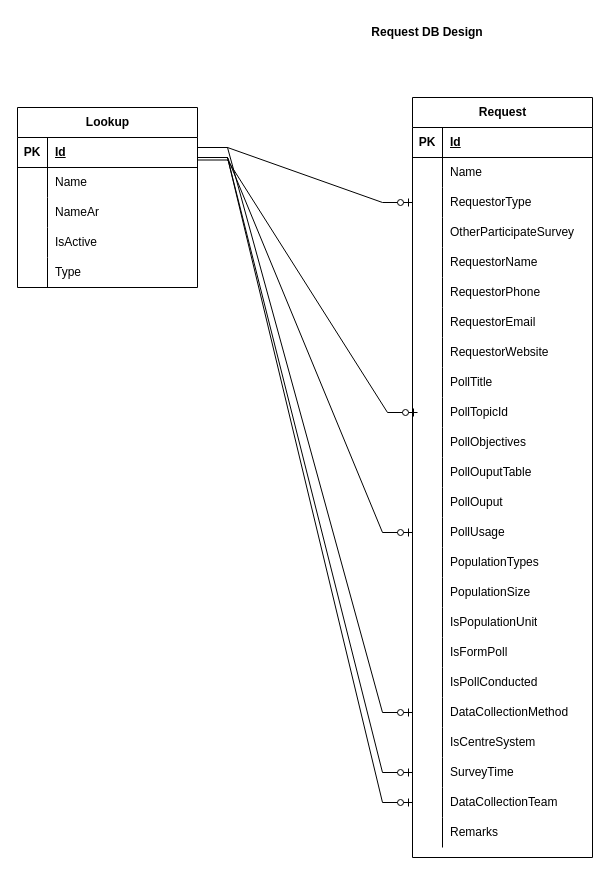
The draw.io diagram My Data.drawio in pandiancn86/mydream, before the edit. Source tidied: cells renumbered, new cells numbered last; positions are measured from the earlier drawing's top-left corner, leaving out a move shared by most shapes. Both pictures are drawn from the tidied source at 100%, with x=0, y=0 at pixel (17, 17).
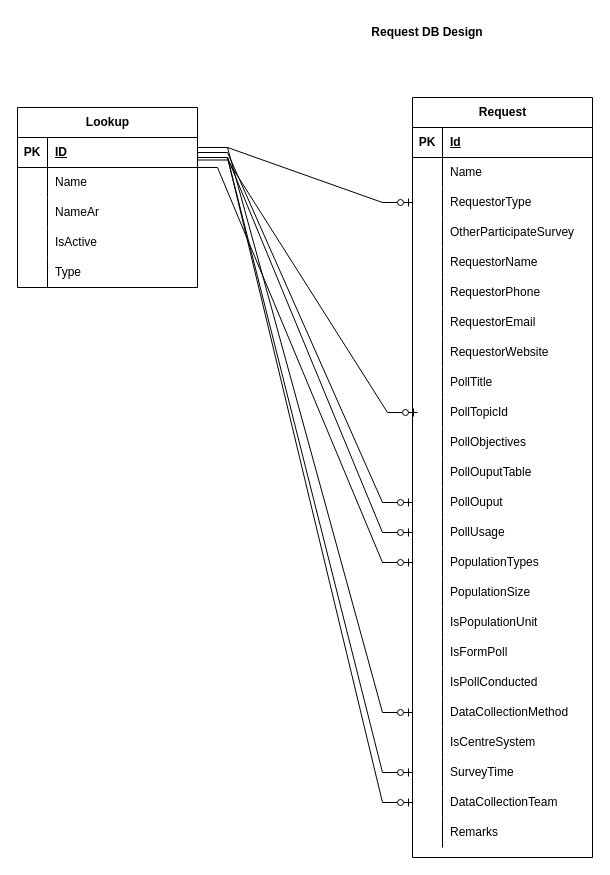
The same page after the edit.

The change refers to these unchanged cells:
```xml
<mxCell id="4" style="shape=tableRow;horizontal=0;startSize=0;swimlaneHead=0;swimlaneBody=0;fillColor=none;points=[[0,0.5],[1,0.5]];portConstraint=eastwest;top=0;left=0;right=0;bottom=1;" parent="3" vertex="1">
  <mxGeometry y="30" width="180" height="30" as="geometry" />
</mxCell>
```

Diff of the diagram source:
```diff
@@
-    <mxCell id="6" value="Id" style="shape=partialRectangle;fillColor=none;top=0;left=0;bottom=0;right=0;align=left;spacingLeft=6;fontStyle=5;overflow=hidden;whiteSpace=wrap;html=1;" parent="4" vertex="1">
+    <mxCell id="6" value="ID" style="shape=partialRectangle;fillColor=none;top=0;left=0;bottom=0;right=0;align=left;spacingLeft=6;fontStyle=5;overflow=hidden;whiteSpace=wrap;html=1;" parent="4" vertex="1">
       <mxGeometry x="30" width="150" height="30" as="geometry" />
     </mxCell>
@@
+    <mxCell id="98" style="edgeStyle=entityRelationEdgeStyle;fontSize=12;html=1;endArrow=ERzeroToOne;endFill=1;rounded=0;entryX=0;entryY=0.5;entryDx=0;entryDy=0;exitX=1;exitY=0.5;exitDx=0;exitDy=0;" parent="1" edge="1" source="4">
+      <mxGeometry relative="1" as="geometry">
+        <mxPoint x="395" y="485" as="targetPoint" />
+        <Array as="points">
+          <mxPoint x="400" y="340" />
+        </Array>
+      </mxGeometry>
+    </mxCell>
+    <mxCell id="99" style="edgeStyle=entityRelationEdgeStyle;fontSize=12;html=1;endArrow=ERzeroToOne;endFill=1;rounded=0;entryX=0;entryY=0.5;entryDx=0;entryDy=0;" parent="1" edge="1">
+      <mxGeometry relative="1" as="geometry">
+        <mxPoint x="170" y="150" as="sourcePoint" />
+        <mxPoint x="395" y="545" as="targetPoint" />
+        <Array as="points">
+          <mxPoint x="400" y="400" />
+        </Array>
+      </mxGeometry>
+    </mxCell>
```
